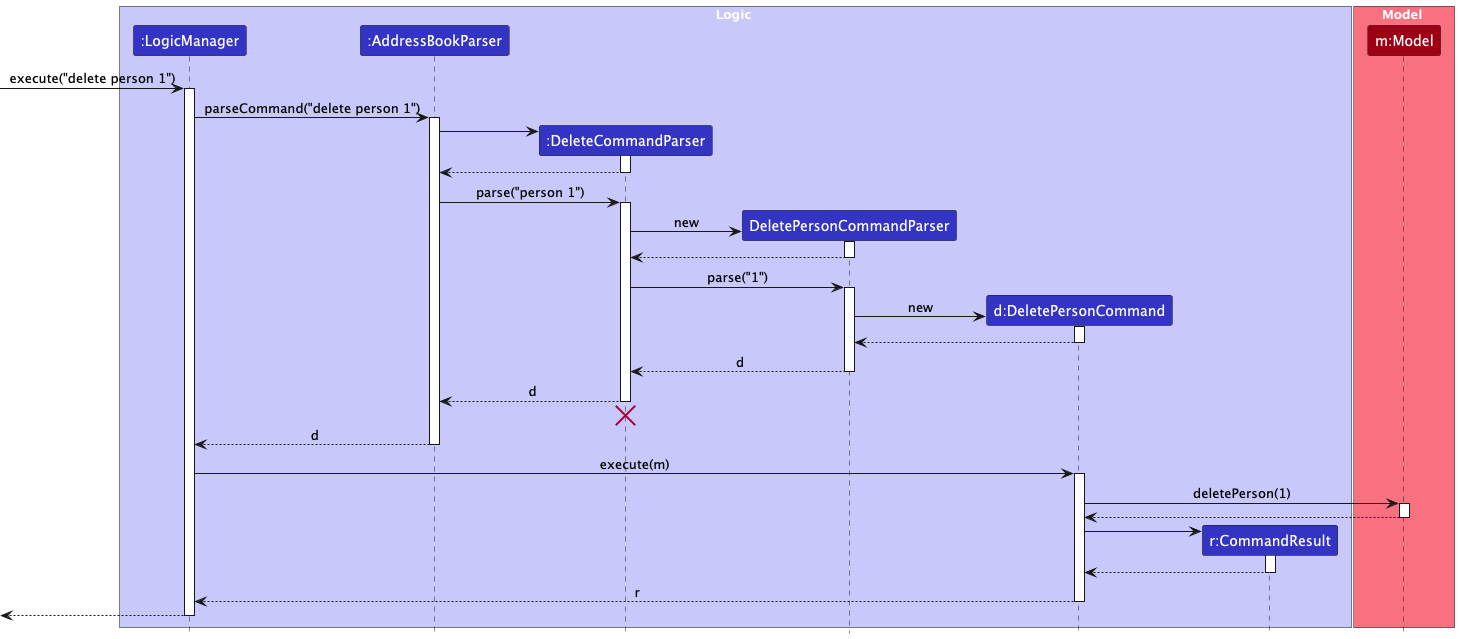
This is docs/images/DeleteSequenceDiagram.png from nus-cs2103-AY2425S1/tp, a PlantUML export, as it was before one commit.
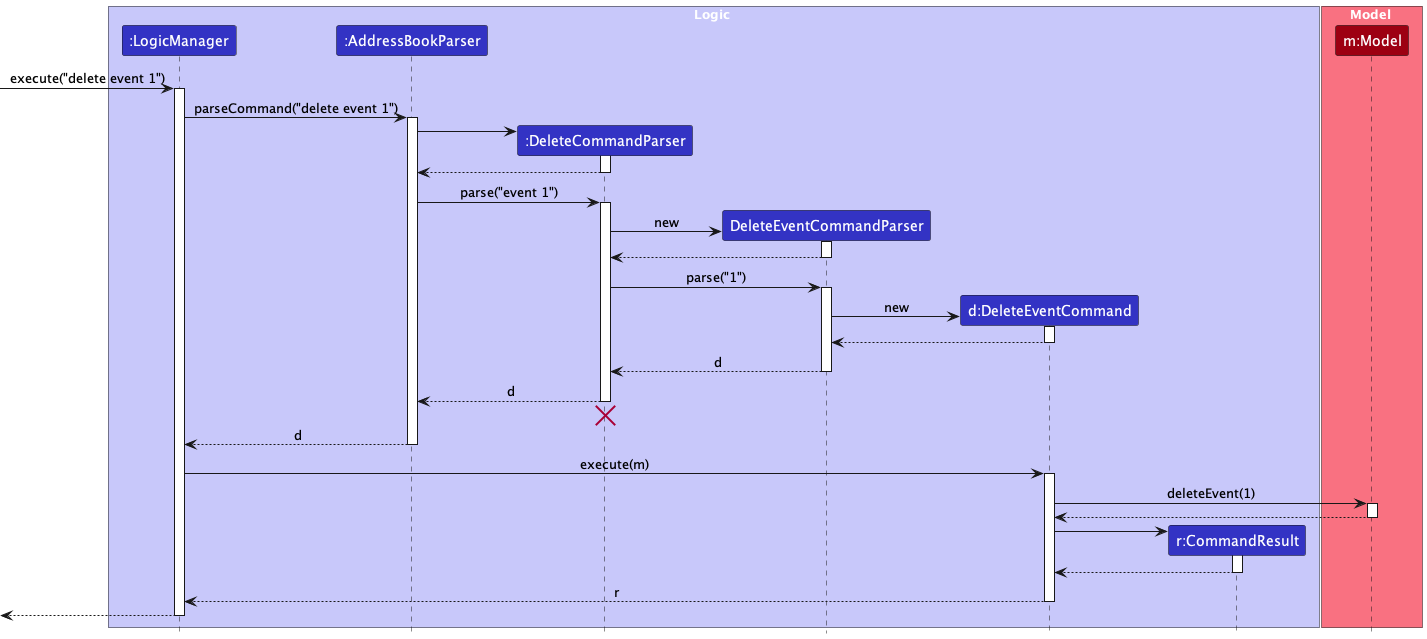
The same diagram one commit later.

The edit, as a diff of the source:
```diff
@@ -6,8 +6,8 @@
 participant ":LogicManager" as LogicManager LOGIC_COLOR
 participant ":AddressBookParser" as AddressBookParser LOGIC_COLOR
 participant ":DeleteCommandParser" as DeleteCommandParser LOGIC_COLOR
-participant "DeletePersonCommandParser" as DeletePersonCommandParser LOGIC_COLOR
-participant "d:DeletePersonCommand" as DeletePersonCommand LOGIC_COLOR
+participant "DeleteEventCommandParser" as DeleteEventCommandParser LOGIC_COLOR
+participant "d:DeleteEventCommand" as DeleteEventCommand LOGIC_COLOR
 participant "r:CommandResult" as CommandResult LOGIC_COLOR
 end box
 
@@ -15,10 +15,10 @@
 participant "m:Model" as Model MODEL_COLOR
 end box
 
-[-> LogicManager : execute("delete person 1")
+[-> LogicManager : execute("delete event 1")
 activate LogicManager
 
-LogicManager -> AddressBookParser : parseCommand("delete person 1")
+LogicManager -> AddressBookParser : parseCommand("delete event 1")
 activate AddressBookParser
 
 create DeleteCommandParser
@@ -28,28 +28,28 @@
 DeleteCommandParser --> AddressBookParser
 deactivate DeleteCommandParser
 
-AddressBookParser -> DeleteCommandParser : parse("person 1")
+AddressBookParser -> DeleteCommandParser : parse("event 1")
 activate DeleteCommandParser
 
-create DeletePersonCommandParser
-DeleteCommandParser -> DeletePersonCommandParser : new
-activate DeletePersonCommandParser
+create DeleteEventCommandParser
+DeleteCommandParser -> DeleteEventCommandParser : new
+activate DeleteEventCommandParser
 
-DeletePersonCommandParser --> DeleteCommandParser :
-deactivate DeletePersonCommandParser
+DeleteEventCommandParser --> DeleteCommandParser :
+deactivate DeleteEventCommandParser
 
-DeleteCommandParser -> DeletePersonCommandParser : parse("1")
-activate DeletePersonCommandParser
+DeleteCommandParser -> DeleteEventCommandParser : parse("1")
+activate DeleteEventCommandParser
 
-create DeletePersonCommand
-DeletePersonCommandParser -> DeletePersonCommand : new
-activate DeletePersonCommand
+create DeleteEventCommand
+DeleteEventCommandParser -> DeleteEventCommand : new
+activate DeleteEventCommand
 
-DeletePersonCommand --> DeletePersonCommandParser :
-deactivate DeletePersonCommand
+DeleteEventCommand --> DeleteEventCommandParser :
+deactivate DeleteEventCommand
 
-DeletePersonCommandParser --> DeleteCommandParser : d
-deactivate DeletePersonCommandParser
+DeleteEventCommandParser --> DeleteCommandParser : d
+deactivate DeleteEventCommandParser
 
 DeleteCommandParser --> AddressBookParser : d
 deactivate DeleteCommandParser
@@ -59,24 +59,24 @@
 AddressBookParser --> LogicManager : d
 deactivate AddressBookParser
 
-LogicManager -> DeletePersonCommand : execute(m)
-activate DeletePersonCommand
+LogicManager -> DeleteEventCommand : execute(m)
+activate DeleteEventCommand
 
-DeletePersonCommand -> Model : deletePerson(1)
+DeleteEventCommand -> Model : deleteEvent(1)
 activate Model
 
-Model --> DeletePersonCommand
+Model --> DeleteEventCommand
 deactivate Model
 
 create CommandResult
-DeletePersonCommand -> CommandResult
+DeleteEventCommand -> CommandResult
 activate CommandResult
 
-CommandResult --> DeletePersonCommand
+CommandResult --> DeleteEventCommand
 deactivate CommandResult
 
-DeletePersonCommand --> LogicManager : r
-deactivate DeletePersonCommand
+DeleteEventCommand --> LogicManager : r
+deactivate DeleteEventCommand
 
 [<--LogicManager
 deactivate LogicManager
```
